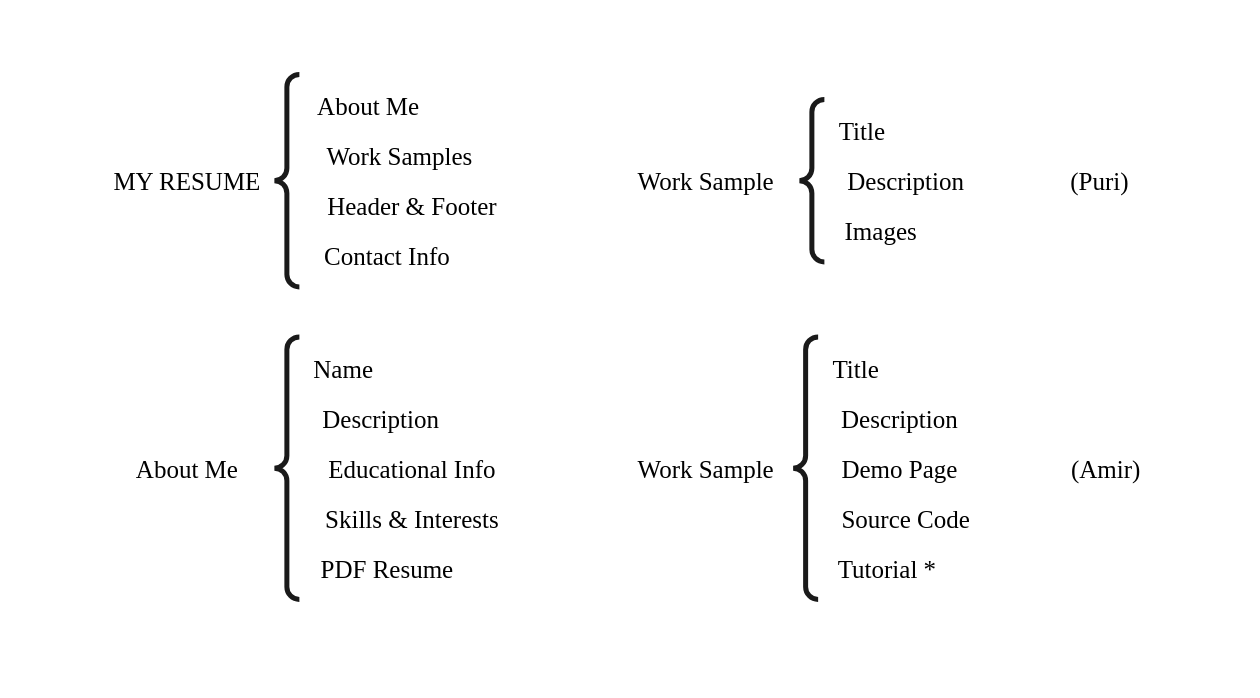
AmirWorkSamples/firstTry keeps this draw.io diagram as Untitled Diagram.drawio. Above is the earlier version. Source tidied: cells renumbered, new cells numbered last; positions are measured from the earlier drawing's top-left corner, leaving out a move shared by most shapes. Both pictures are drawn from the tidied source at 125%, with x=0, y=0 at pixel (99, 74).
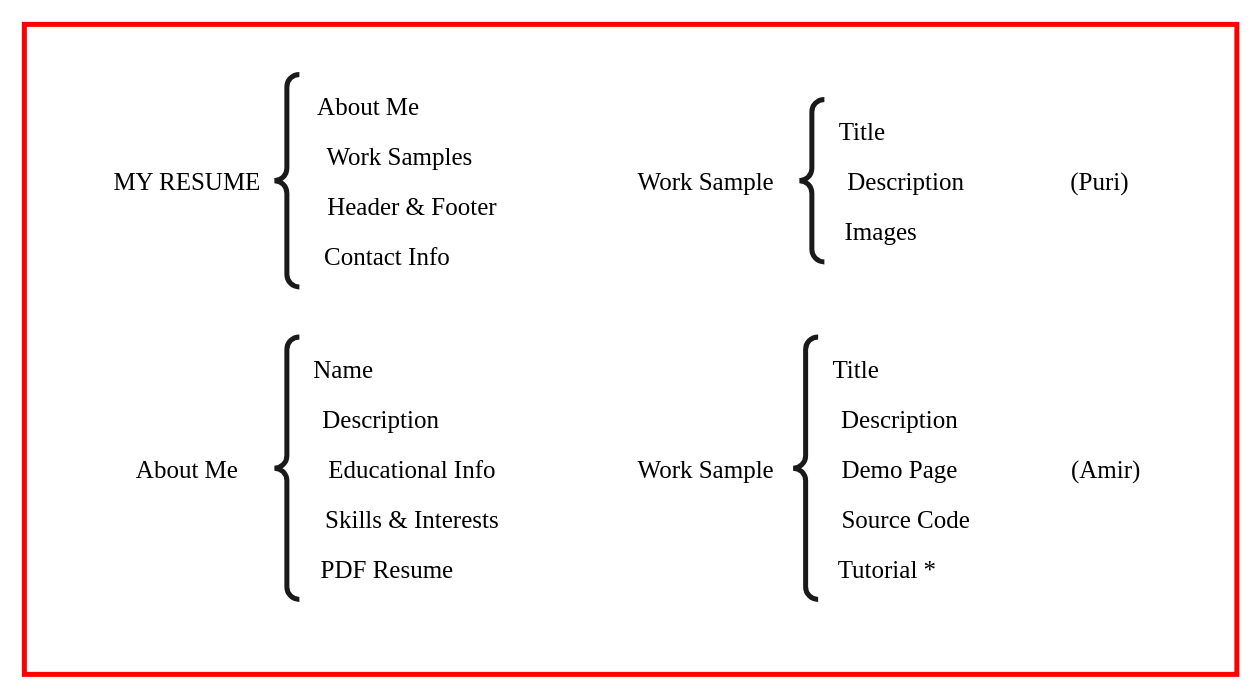
The same diagram, later.

Change to the diagram source:
```diff
@@
+    <mxCell id="29" style="rounded=0;whiteSpace=wrap;html=1;strokeWidth=4;fontFamily=Garamond;fontSize=20;strokeColor=#FF0000;" parent="1" vertex="1">
+      <mxGeometry x="-60" y="-40" width="970" height="520" as="geometry" />
+    </mxCell>
```
